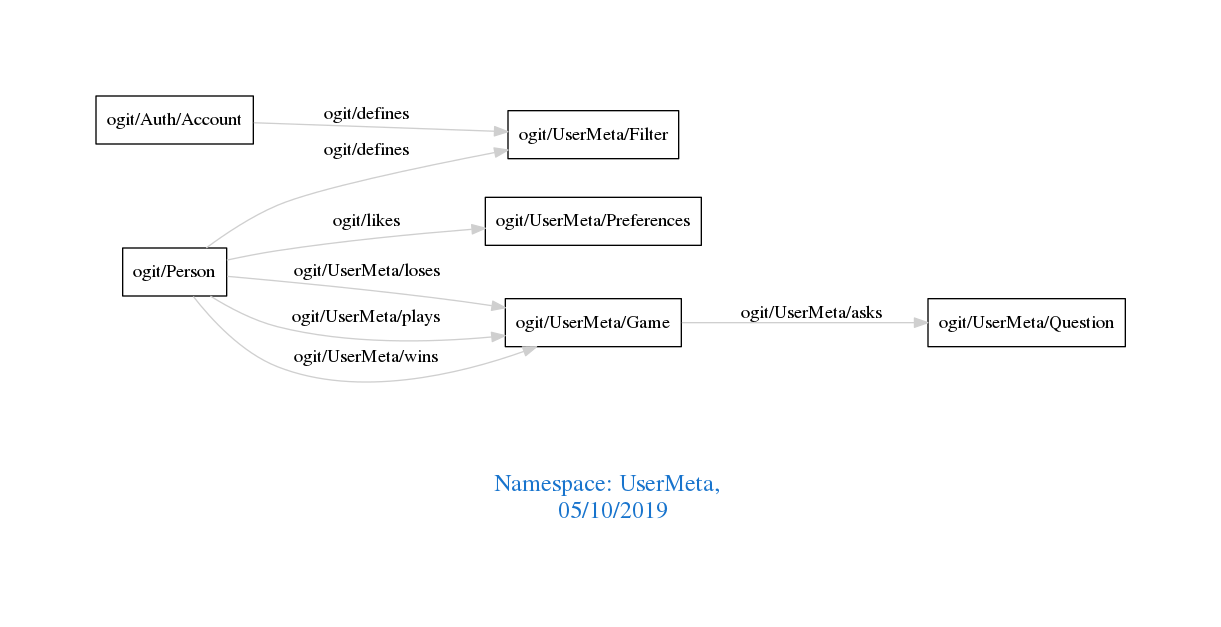
The Graphviz diagram downloads/UserMeta.png in arago/OGIT, before a commit. Its source is kept beside it as downloads/UserMeta.dot.
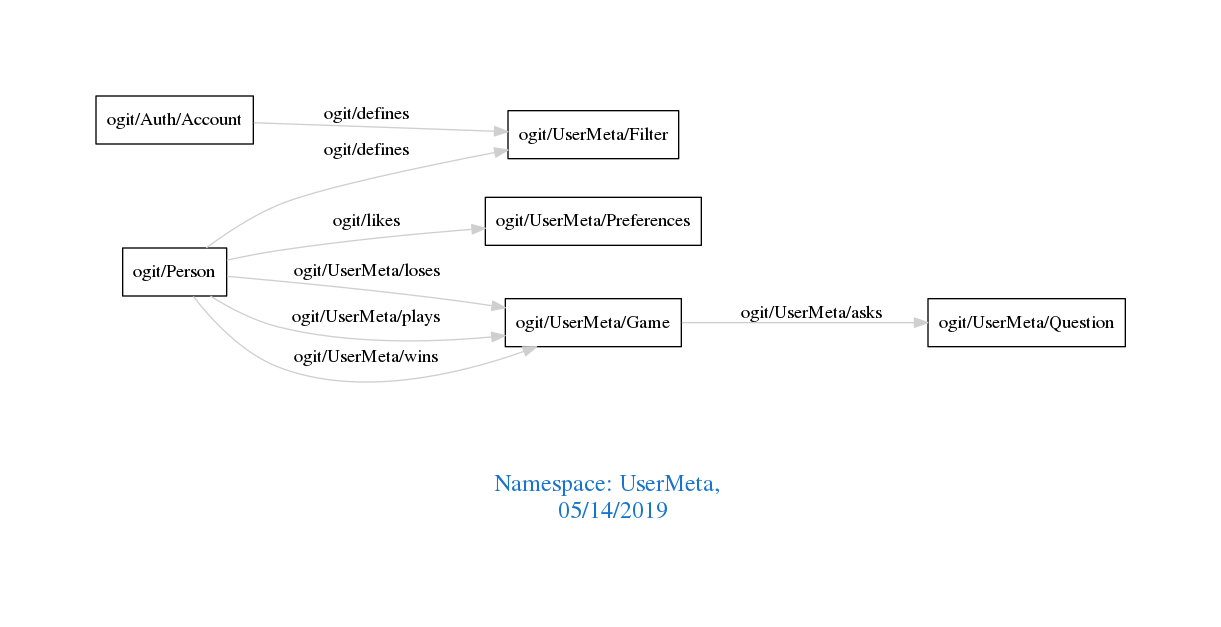
The same diagram one commit later.

What changed in the source:
```diff
@@ -1,7 +1,7 @@
 digraph OGIT_ontology {
  graph [ rankdir= LR,pad=1
 fontsize = 18,
-fontcolor= dodgerblue3,label = "\n\n\nNamespace: UserMeta, \n 05/10/2019"];
+fontcolor= dodgerblue3,label = "\n\n\nNamespace: UserMeta, \n 05/14/2019"];
 node[shape=polygon];
 edge [  color="gray81"];
 
```
